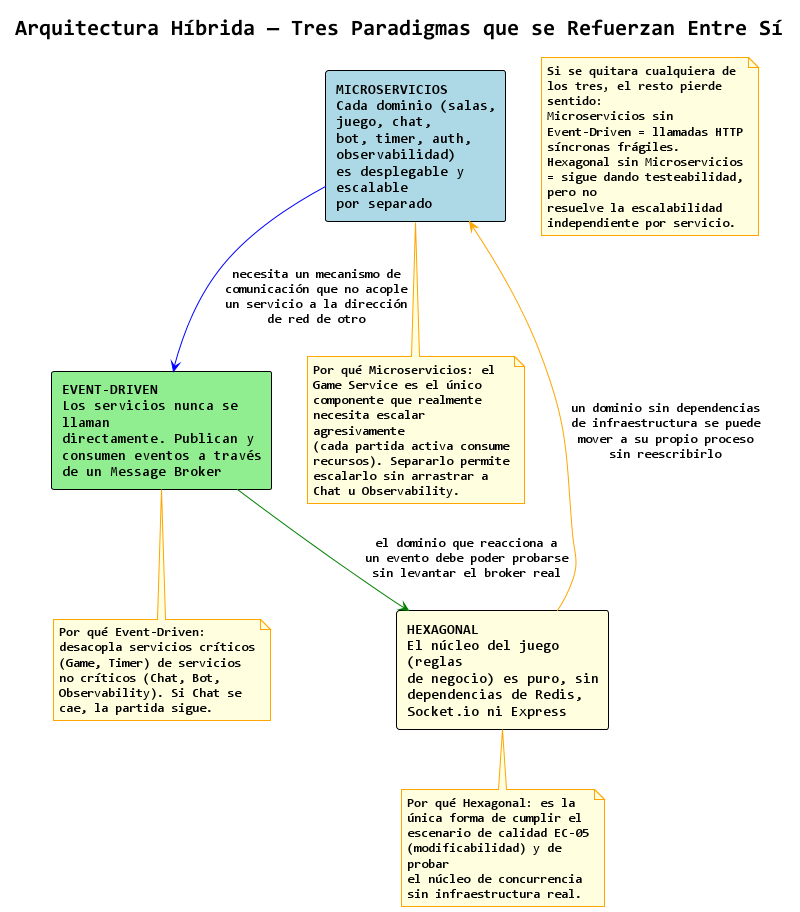
Before: out/presentacion/diagramas/01-arquitectura-tres-paradigmas/01-arquitectura-tres-paradigmas.png, a diagram exported from PlantUML (Juank-1030/BattleCaos-Ship-Backend).
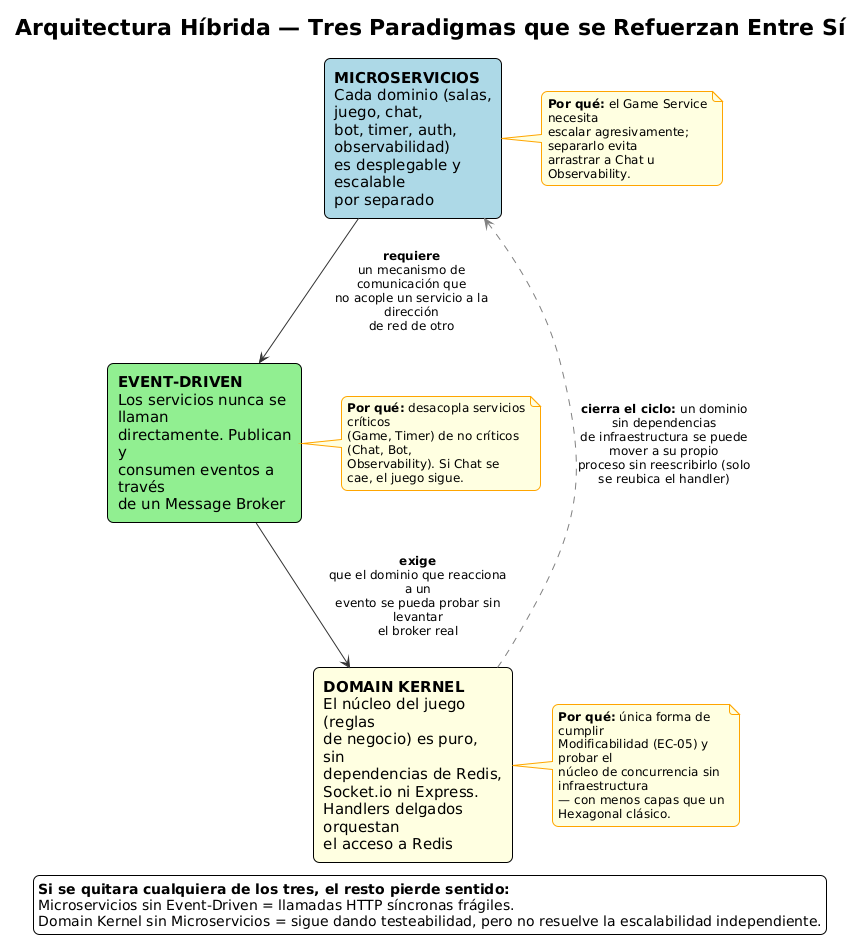
Above is the later version.

What changed in the source:
```diff
@@ -1,53 +1,58 @@
-@startuml 01-arquitectura-tres-paradigmas
-
+@startuml
 title Arquitectura Híbrida — Tres Paradigmas que se Refuerzan Entre Sí
 
 !theme plain
 skinparam defaultFontName Consolas
-skinparam wrapWidth 200
+skinparam wrapWidth 180
+skinparam nodesep 40
+skinparam ranksep 60
+skinparam shadowing false
+skinparam roundCorner 12
 skinparam rectangle {
   BackgroundColor White
   BorderColor Black
+  FontSize 15
 }
 skinparam note {
   BackgroundColor LightYellow
   BorderColor Orange
+  FontSize 12
 }
+skinparam ArrowColor #333333
+skinparam ArrowFontSize 12
 
 rectangle "**MICROSERVICIOS**\nCada dominio (salas, juego, chat,\nbot, timer, auth, observabilidad)\nes desplegable y escalable\npor separado" as Micro #LightBlue
 
 rectangle "**EVENT-DRIVEN**\nLos servicios nunca se llaman\ndirectamente. Publican y\nconsumen eventos a través\nde un Message Broker" as Event #LightGreen
 
-rectangle "**HEXAGONAL**\nEl núcleo del juego (reglas\nde negocio) es puro, sin\ndependencias de Redis,\nSocket.io ni Express" as Hex #LightYellow
+rectangle "**DOMAIN KERNEL**\nEl núcleo del juego (reglas\nde negocio) es puro, sin\ndependencias de Redis,\nSocket.io ni Express.\nHandlers delgados orquestan\nel acceso a Redis" as Kernel #LightYellow
 
-Micro -[#blue]-> Event : "necesita un mecanismo de\ncomunicación que no acople\nun servicio a la dirección\nde red de otro"
-Event -[#green]-> Hex : "el dominio que reacciona a\nun evento debe poder probarse\nsin levantar el broker real"
-Hex -[#orange]-> Micro : "un dominio sin dependencias\nde infraestructura se puede\nmover a su propio proceso\nsin reescribirlo"
-
-note bottom of Micro
-  **Por qué Microservicios:** el Game Service es el único
-  componente que realmente necesita escalar agresivamente
-  (cada partida activa consume recursos). Separarlo permite
-  escalarlo sin arrastrar a Chat u Observability.
+note right of Micro
+  **Por qué:** el Game Service necesita
+  escalar agresivamente; separarlo evita
+  arrastrar a Chat u Observability.
 end note
 
-note bottom of Event
-  **Por qué Event-Driven:** desacopla servicios críticos
-  (Game, Timer) de servicios no críticos (Chat, Bot,
-  Observability). Si Chat se cae, la partida sigue.
+note right of Event
+  **Por qué:** desacopla servicios críticos
+  (Game, Timer) de no críticos (Chat, Bot,
+  Observability). Si Chat se cae, el juego sigue.
 end note
 
-note bottom of Hex
-  **Por qué Hexagonal:** es la única forma de cumplir el
-  escenario de calidad EC-05 (modificabilidad) y de probar
-  el núcleo de concurrencia sin infraestructura real.
+note right of Kernel
+  **Por qué:** única forma de cumplir
+  Modificabilidad (EC-05) y probar el
+  núcleo de concurrencia sin infraestructura
+  — con menos capas que un Hexagonal clásico.
 end note
 
-note as Conclusion
-  **Si se quitara cualquiera de los tres, el resto pierde sentido:**
+Micro -down-> Event : **requiere**\nun mecanismo de comunicación que\nno acople un servicio a la dirección\nde red de otro
+Event -down-> Kernel : **exige**\nque el dominio que reacciona a un\nevento se pueda probar sin levantar\nel broker real
+Kernel .[#gray,dashed].> Micro : **cierra el ciclo:** un dominio sin dependencias\nde infraestructura se puede mover a su propio\nproceso sin reescribirlo (solo se reubica el handler)
+
+legend bottom center
+  <b>Si se quitara cualquiera de los tres, el resto pierde sentido:</b>
   Microservicios sin Event-Driven = llamadas HTTP síncronas frágiles.
-  Hexagonal sin Microservicios = sigue dando testeabilidad, pero no
-  resuelve la escalabilidad independiente por servicio.
-end note
-
+  Domain Kernel sin Microservicios = sigue dando testeabilidad, pero no resuelve la escalabilidad independiente.
+end legend
 @enduml
```
